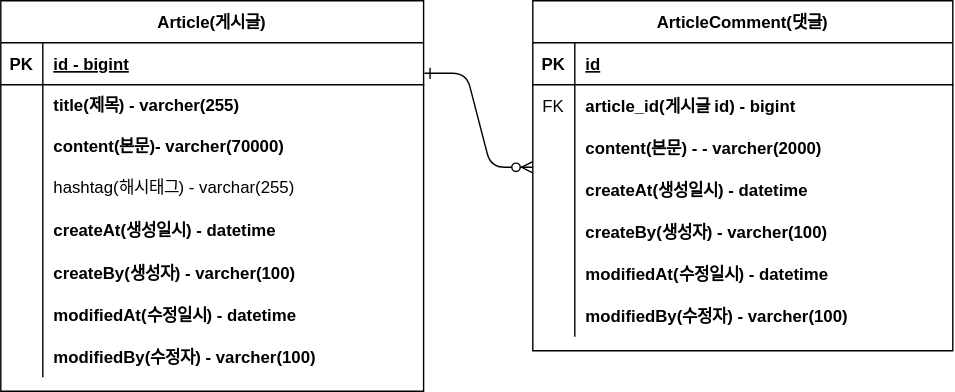
The draw.io diagram project-board-erd.svg in YOOJONGHWA/fastcampus-project-board, before a commit. Source tidied: cells renumbered, new cells last; positions are measured from the earlier drawing's top-left corner, leaving out a move shared by most shapes.
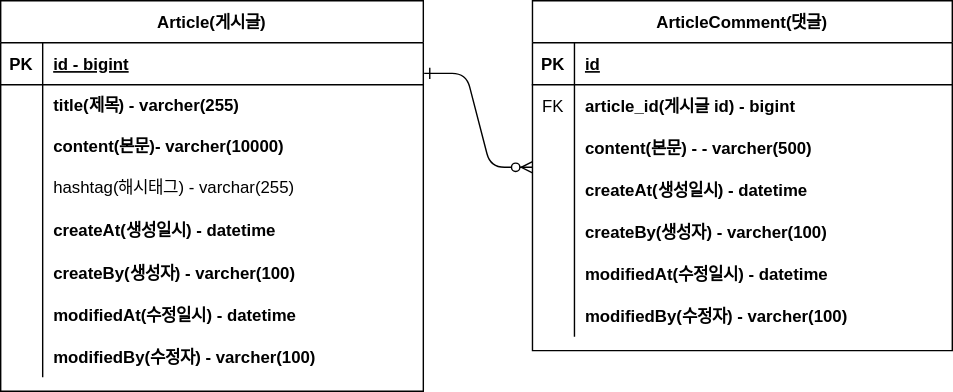
After the change.

Commit message:
#10 -erd 업데이트: content 사이즈 조절

What changed in the source:
```diff
@@ -34,7 +34,7 @@
     <mxCell id="11" style="shape=partialRectangle;overflow=hidden;fillColor=none;top=0;left=0;bottom=0;right=0;" parent="10" vertex="1">
       <mxGeometry width="30" height="30" as="geometry" />
     </mxCell>
-    <mxCell id="12" value="content(본문) - - varcher(2000)   " style="shape=partialRectangle;overflow=hidden;fillColor=none;top=0;left=0;bottom=0;right=0;align=left;spacingLeft=6;fontStyle=1;" parent="10" vertex="1">
+    <mxCell id="12" value="content(본문) - - varcher(500)   " style="shape=partialRectangle;overflow=hidden;fillColor=none;top=0;left=0;bottom=0;right=0;align=left;spacingLeft=6;fontStyle=1;" parent="10" vertex="1">
       <mxGeometry x="30" width="270" height="30" as="geometry" />
     </mxCell>
     <mxCell id="13" style="shape=partialRectangle;fillColor=none;top=0;left=0;right=0;bottom=0;" parent="3" vertex="1">
@@ -100,7 +100,7 @@
     <mxCell id="33" style="shape=partialRectangle;overflow=hidden;fillColor=none;top=0;left=0;bottom=0;right=0;" parent="32" vertex="1">
       <mxGeometry width="30" height="29" as="geometry" />
     </mxCell>
-    <mxCell id="34" value="content(본문)- varcher(70000)    " style="shape=partialRectangle;overflow=hidden;fillColor=none;top=0;left=0;bottom=0;right=0;align=left;spacingLeft=6;fontStyle=1;" parent="32" vertex="1">
+    <mxCell id="34" value="content(본문)- varcher(10000)    " style="shape=partialRectangle;overflow=hidden;fillColor=none;top=0;left=0;bottom=0;right=0;align=left;spacingLeft=6;fontStyle=1;" parent="32" vertex="1">
       <mxGeometry x="30" width="272" height="29" as="geometry" />
     </mxCell>
     <mxCell id="35" style="shape=partialRectangle;fillColor=none;top=0;left=0;right=0;bottom=0;" parent="25" vertex="1">
```
